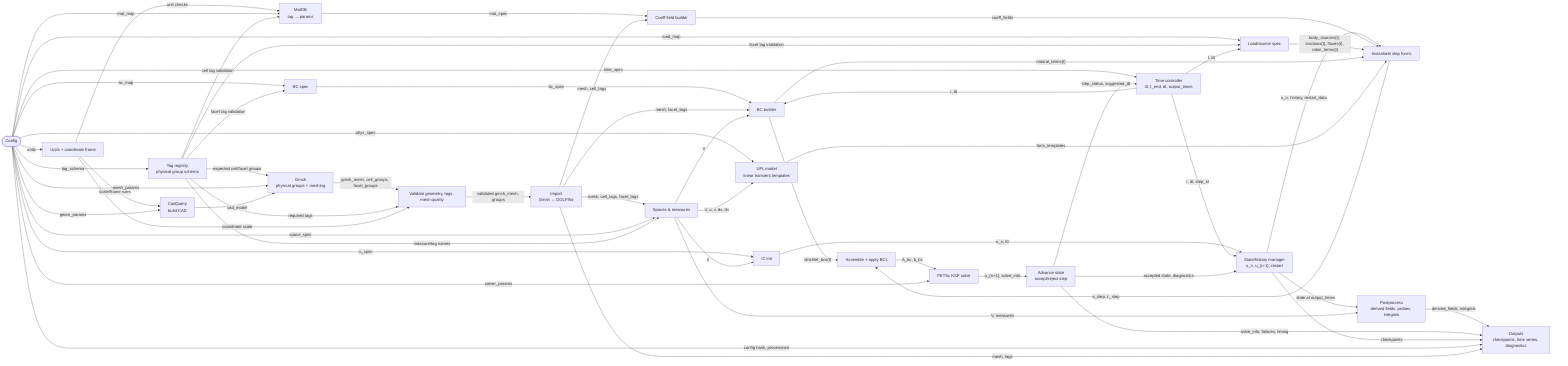
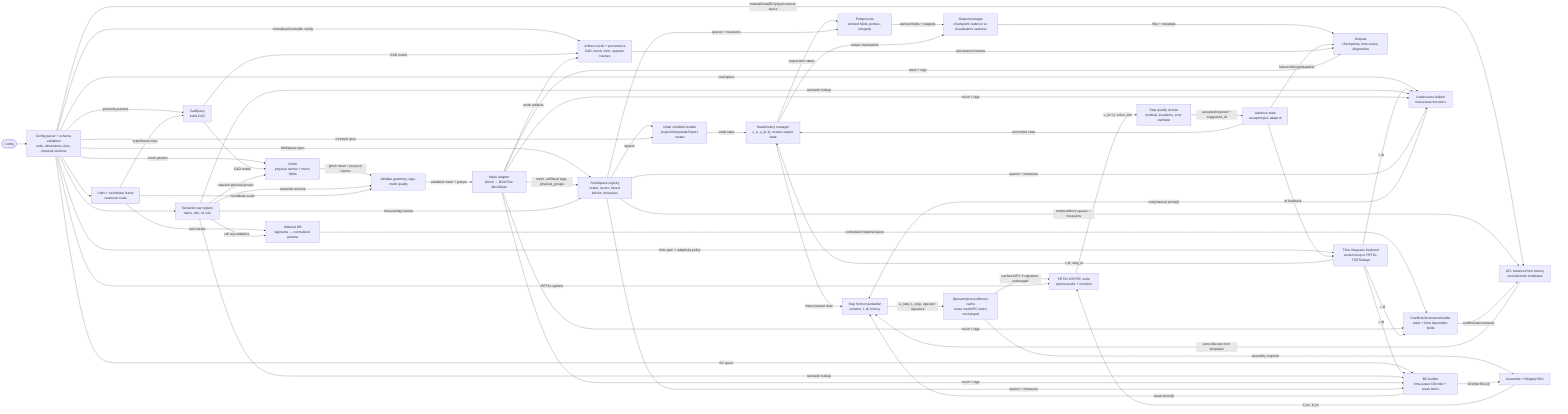
flowchart LR
    U([Config])
-     UNITS["Units + coordinate frame"]
-     TAGS["Tag registry\nphysical group schema"]
-     TIME["Time controller\nt0, t_end, dt, output_times"]
+     CFG["Config parser + schema validation\nunits, dimensions, time, required sections"]
+     UNITS["Units + coordinate frame\ncanonical scale"]
+     TAGS["Semantic tag registry\nname, dim, id, role"]
+     TIME["Time integrator backend\ncustom loop or PETSc TS/TSAdapt"]
+     CACHE["Artifact cache + provenance\nCAD, mesh, form, operator hashes"]
    CQ["CadQuery\nbuild CAD"]
-     GM["Gmsh\nphysical groups + meshing"]
+     GM["Gmsh\nphysical names + mesh fields"]
    VAL["Validate geometry, tags, mesh quality"]
-     IM["Import\nGmsh → DOLFINx"]
-     FS["Spaces & measures"]
-     MDB["MatDB\ntag → params"]
-     CF["Coeff-field builder"]
-     LOADS["Load/source spec"]
-     BCS["BC spec"]
-     BCB["BC builder"]
-     IC["IC init"]
-     STATE["State/history manager\nu_n, u_{n-1}, restart"]
-     PHYS["UFL model\nlinear transient templates"]
-     STEP["Instantiate step forms"]
-     ASSY["Assemble + apply BCs"]
-     KSP["PETSc KSP solve"]
-     ADV["Advance state\naccept/reject step"]
+     IM["Mesh adapter\nGmsh → DOLFINx MeshData"]
+     FS["Field/space registry\nscalar, vector, mixed blocks; measures"]
+     MDB["Material DB\ntag/name → normalized params"]
+     CF["Coefficient/constant builder\nstatic + time-dependent fields"]
+     LOADS["Load/source builder\ntime-aware functions"]
+     BCS["BC builder\ntime-aware Dirichlet + weak terms"]
+     IC["Initial condition builder\nproject/interpolate/import restart"]
+     STATE["State/history manager\nu_n, u_{n-1}, restart, output state"]
+     PHYS["UFL transient form factory\nsemi-discrete templates"]
+     STEP["Step form instantiation\nscheme, t, dt, history"]
+     OPcache["Operator/preconditioner cache\nreuse matrix/PC when unchanged"]
+     ASSY["Assemble + lift/apply BCs"]
+     KSP["PETSc KSP/PC solve\noptions prefix + monitors"]
+     ERR["Step quality checks\nresidual, invariants, error estimate"]
+     ADV["Advance state\naccept/reject, adapt dt"]
    POST["Postprocess\nderived fields, probes, integrals"]
+     IO["Output manager\ncheckpoint cadence vs visualization cadence"]
    OUT["Outputs\ncheckpoints, time series, diagnostics"]

- %% Global validation metadata
-     U -- units --> UNITS
-     U -- tag_schema --> TAGS
-     U -- time_spec --> TIME
-     UNITS -- scale/frame rules --> CQ
-     UNITS -- unit checks --> MDB
-     TAGS -- expected cell/facet groups --> GM
+ %% Config and front-end
+     U --> CFG
+     CFG --> UNITS
+     CFG --> TAGS
+     CFG -- time spec + adaptivity policy --> TIME
+     CFG -- normalized hashable config --> CACHE
+     CFG -- geometry params --> CQ
+     CFG -- mesh params --> GM
+     CFG -- field/space spec --> FS
+     CFG -- material/load/BC/physics/solver specs --> PHYS

%% Geometry + mesh
-     U -- geom_params --> CQ
-     U -- mesh_params --> GM
-     CQ -- cad_model --> GM
-     GM -- "gmsh_mesh, cell_groups, facet_groups" --> VAL
-     TAGS -- required tags --> VAL
+     UNITS -- scale/frame rules --> CQ
+     CQ -- CAD model --> CACHE
+     CQ -- CAD model --> GM
+     TAGS -- required physical groups --> GM
+     GM -- gmsh mesh + physical names --> VAL
+     TAGS -- semantic schema --> VAL
    UNITS -- coordinate scale --> VAL
-     VAL -- "validated gmsh_mesh, groups" --> IM
-     IM -- "mesh, cell_tags, facet_tags" --> FS
-     U -- space_spec --> FS
+     VAL -- validated mesh + groups --> IM
+     IM -- mesh, cell/facet tags, physical_groups --> FS
+     IM -- mesh artifacts --> CACHE
+ 
+ %% Coefficients, loads, BCs, ICs
    TAGS -- measure/tag names --> FS
- 
- %% Materials / coefficients
-     U -- mat_map --> MDB
+     UNITS -- unit checks --> MDB
    TAGS -- cell tag validation --> MDB
-     MDB -- mat_spec --> CF
-     IM -- "mesh, cell_tags" --> CF
- 
- %% Loads and boundary conditions
-     U -- load_map --> LOADS
-     U -- bc_map --> BCS
-     TAGS -- facet tag validation --> LOADS
-     TAGS -- facet tag validation --> BCS
-     BCS -- bc_spec --> BCB
-     IM -- "mesh, facet_tags" --> BCB
-     FS -- V --> BCB
- 
- %% Initial state + physics templates
-     U -- ic_spec --> IC
-     FS -- V --> IC
-     IC -- "u_n, t0" --> STATE
-     U -- phys_spec --> PHYS
-     FS -- "V, u, v, dx, ds" --> PHYS
+     MDB -- normalized material specs --> CF
+     IM -- mesh + tags --> CF
+     FS -- spaces --> IC
+     CFG -- ic/restart spec --> IC
+     IC -- initial state --> STATE
+     CFG -- load specs --> LOADS
+     CFG -- BC specs --> BCS
+     TIME -- t, dt --> CF
+     TIME -- t, dt --> LOADS
+     TIME -- t, dt --> BCS
+     TAGS -- semantic lookup --> LOADS
+     TAGS -- semantic lookup --> BCS
+     IM -- mesh + tags --> LOADS
+     IM -- mesh + tags --> BCS
+     FS -- spaces + measures --> LOADS
+     FS -- spaces + measures --> BCS

%% Time loop
-     TIME -- "t, dt, step_id" --> STATE
-     STATE -- "u_n, history, restart_data" --> STEP
-     TIME -- "t, dt" --> LOADS
-     TIME -- "t, dt" --> BCB
-     CF -- coeff_fields --> STEP
-     LOADS -- "body_sources(t), tractions(t), fluxes(t), robin_terms(t)" --> STEP
-     BCB -- "dirichlet_bcs(t)" --> ASSY
-     BCB -- "natural_terms(t)" --> STEP
-     PHYS -- form_templates --> STEP
-     STEP -- "a_step, L_step" --> ASSY
-     ASSY -- "A_bc, b_bc" --> KSP
-     U -- solver_params --> KSP
-     KSP -- "u_{n+1}, solve_info" --> ADV
-     ADV -- "accepted state, diagnostics" --> STATE
-     ADV -- "step_status, suggested_dt" --> TIME
+     TIME -- t, dt, step_id --> STATE
+     STATE -- history/restart data --> STEP
+     FS -- trial/test/block spaces + measures --> PHYS
+     CF -- coefficients/constants --> PHYS
+     LOADS -- body/natural terms(t) --> STEP
+     BCS -- weak terms(t) --> STEP
+     PHYS -- semi-discrete form templates --> STEP
+     STEP -- a_step, L_step, operator signature --> OPcache
+     OPcache -- cached A/PC if signature unchanged --> KSP
+     OPcache -- assembly required --> ASSY
+     BCS -- Dirichlet BCs(t) --> ASSY
+     ASSY -- A_bc, b_bc --> KSP
+     CFG -- PETSc options --> KSP
+     KSP -- u_{n+1}, solve_info --> ERR
+     ERR -- accepted/rejected + suggested_dt --> ADV
+     ADV -- committed state --> STATE
+     ADV -- dt feedback --> TIME

%% Results
-     STATE -- "state at output_times" --> POST
-     FS -- "V, measures" --> POST
-     POST -- "derived_fields, integrals" --> OUT
-     ADV -- "solve_info, failures, timing" --> OUT
-     STATE -- checkpoints --> OUT
-     U -- "config hash, provenance" --> OUT
-     IM -- "mesh, tags" --> OUT
+     STATE -- output-time states --> POST
+     FS -- spaces + measures --> POST
+     POST -- derived fields + integrals --> IO
+     STATE -- restart checkpoints --> IO
+     IO -- files + metadata --> OUT
+     ADV -- failures/timing/adaptivity --> OUT
+     CACHE -- provenance hashes --> OUT
+     IM -- mesh + tags --> OUT
